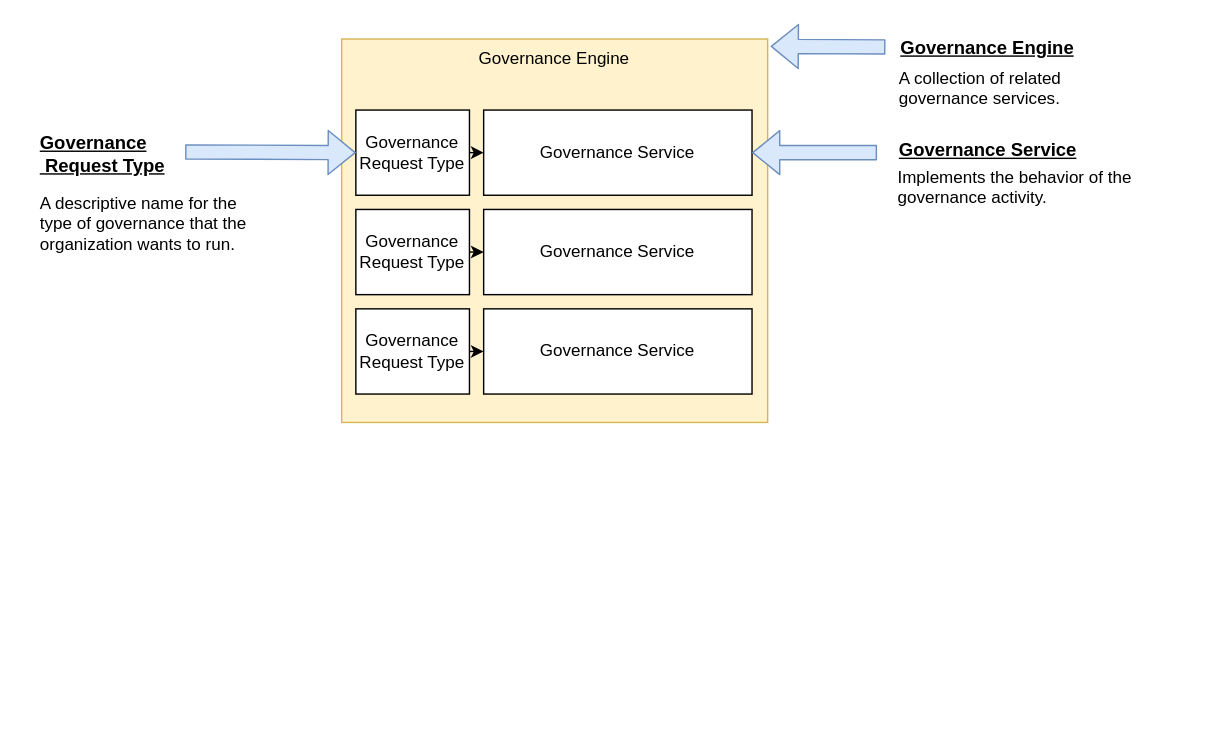
This is page "request-type" (1 of 6) of site/docs/concepts/governance-engines.drawio from odpi/egeria-docs, a draw.io file, before an edit. Source tidied: cells renumbered, new cells numbered last; positions are measured from the earlier drawing's top-left corner, leaving out a move shared by most shapes. Both pictures are drawn from the tidied source at 142%, with x=0, y=0 at pixel (24, 33).
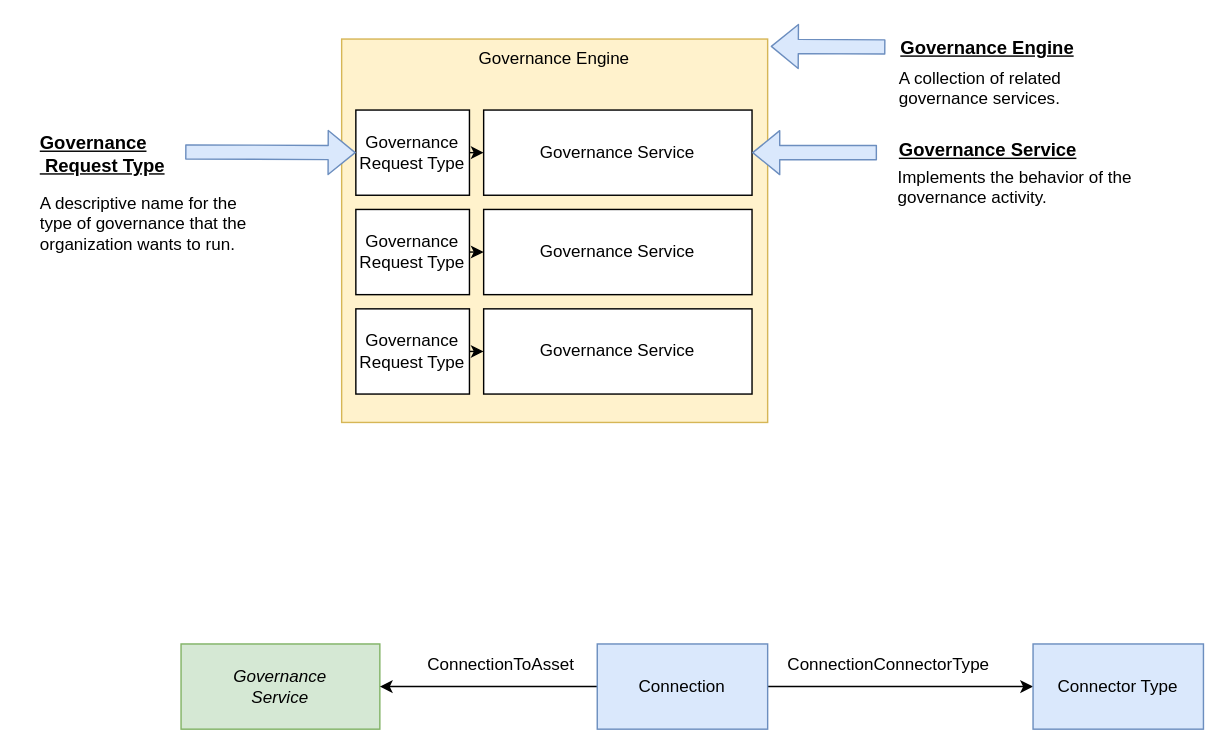
The same page after the edit.

Change to the diagram source:
```diff
@@
+    <mxCell id="21" value="Governance&lt;br&gt;Service" style="rounded=0;whiteSpace=wrap;html=1;fillColor=#d5e8d4;strokeColor=#82b366;fontStyle=2;" parent="1" vertex="1">
+      <mxGeometry x="110" y="430" width="140" height="60" as="geometry" />
+    </mxCell>
+    <mxCell id="22" style="edgeStyle=orthogonalEdgeStyle;rounded=0;jettySize=auto;html=1;exitX=1;exitY=0.5;exitDx=0;exitDy=0;fontColor=#000000;" parent="1" edge="1" source="24" target="25">
+      <mxGeometry relative="1" as="geometry" />
+    </mxCell>
+    <mxCell id="23" style="edgeStyle=orthogonalEdgeStyle;rounded=0;jettySize=auto;html=1;exitX=0;exitY=0.5;exitDx=0;exitDy=0;fontColor=#000000;" parent="1" edge="1" source="24" target="21">
+      <mxGeometry relative="1" as="geometry" />
+    </mxCell>
+    <mxCell id="24" value="Connection" style="rounded=0;whiteSpace=wrap;html=1;fillColor=#dae8fc;strokeColor=#6c8ebf;" parent="1" vertex="1">
+      <mxGeometry x="403.1" y="430" width="120" height="60" as="geometry" />
+    </mxCell>
+    <mxCell id="25" value="Connector Type" style="rounded=0;whiteSpace=wrap;html=1;fillColor=#dae8fc;strokeColor=#6c8ebf;" parent="1" vertex="1">
+      <mxGeometry x="710" y="430" width="120" height="60" as="geometry" />
+    </mxCell>
+    <mxCell id="26" value="ConnectionConnectorType" style="text;html=1;align=center;verticalAlign=middle;strokeColor=none;fillColor=none;fontColor=#000000;" parent="1" vertex="1">
+      <mxGeometry x="523.1" y="430" width="170" height="30" as="geometry" />
+    </mxCell>
+    <mxCell id="27" value="ConnectionToAsset" style="text;html=1;align=center;verticalAlign=middle;strokeColor=none;fillColor=none;fontColor=#000000;" parent="1" vertex="1">
+      <mxGeometry x="270" y="430" width="130" height="30" as="geometry" />
+    </mxCell>
```
